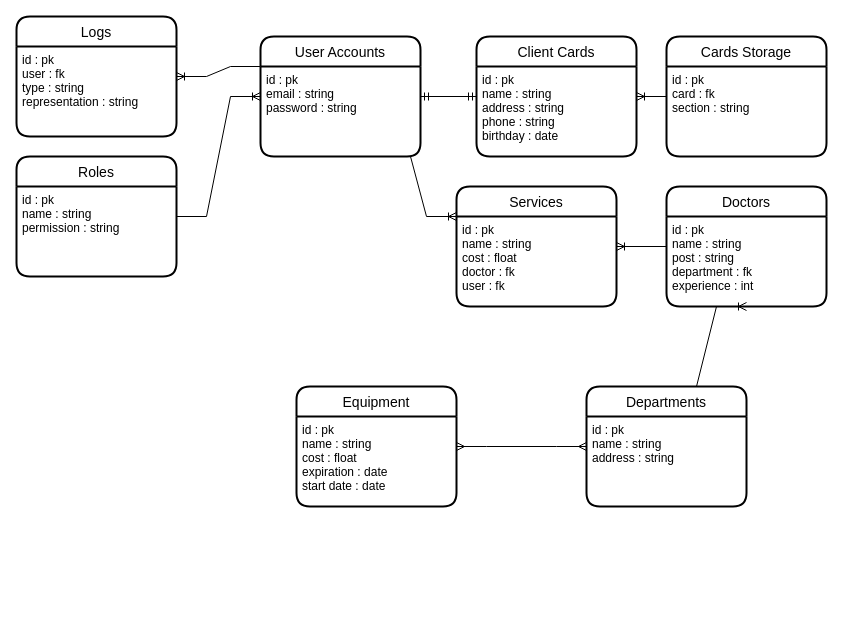
Above: db_scheme.drawio in Tim-Abozny/DbManagmentSystem (draw.io), before the change. Source tidied: cells renumbered, new cells numbered last; positions are measured from the earlier drawing's top-left corner, leaving out a move shared by most shapes. Both pictures are drawn from the tidied source at 100%, with x=0, y=0 at pixel (16, 16).
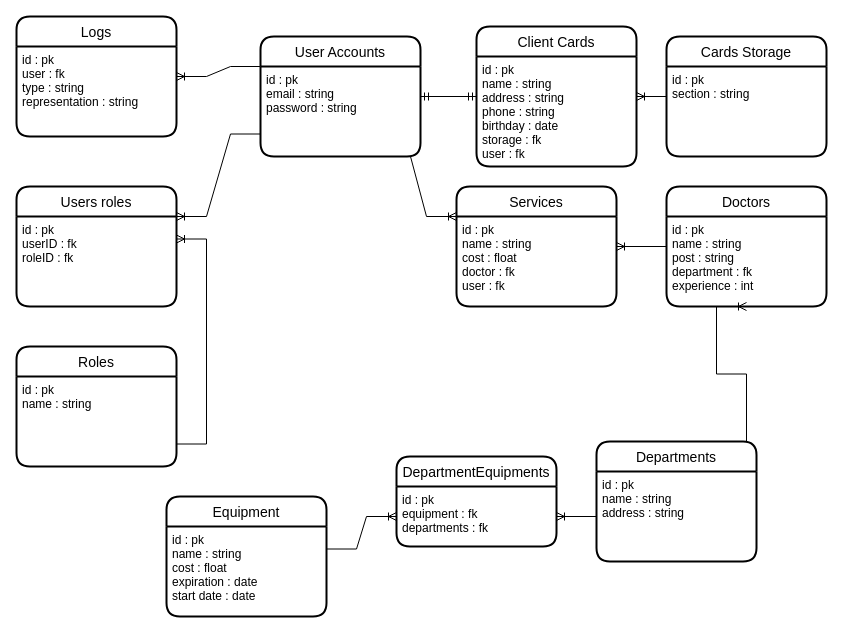
The same diagram, later.

Unchanged cells that the change refers to:
```xml
<mxCell id="3" value="id : pk&#10;name : string&#10;address : string" style="align=left;strokeColor=none;fillColor=none;spacingLeft=4;fontSize=12;verticalAlign=top;" parent="2" vertex="1">
  <mxGeometry y="30" width="160" height="90" as="geometry" />
</mxCell>
<mxCell id="4" value="User Accounts" style="swimlane;horizontal=1;startSize=30;rounded=1;fontSize=14;fontStyle=0;strokeWidth=2;shadow=0;dashed=0;align=center;" parent="1" vertex="1">
  <mxGeometry x="244" y="20" width="160" height="120" as="geometry" />
</mxCell>
<mxCell id="5" value="id : pk&#10;email : string&#10;password : string" style="align=left;strokeColor=none;fillColor=none;spacingLeft=4;fontSize=12;verticalAlign=top;" parent="4" vertex="1">
  <mxGeometry y="30" width="160" height="90" as="geometry" />
</mxCell>
<mxCell id="13" value="id : pk&#10;name : string&#10;cost : float&#10;expiration : date&#10;start date : date" style="align=left;strokeColor=none;fillColor=none;spacingLeft=4;fontSize=12;verticalAlign=top;" parent="12" vertex="1">
  <mxGeometry y="30" width="160" height="90" as="geometry" />
</mxCell>
<mxCell id="17" value="id : pk&#10;name : string&#10;post : string&#10;department : fk&#10;experience : int" style="align=left;strokeColor=none;fillColor=none;spacingLeft=4;fontSize=12;verticalAlign=top;" parent="16" vertex="1">
  <mxGeometry y="30" width="160" height="90" as="geometry" />
</mxCell>
<mxCell id="18" value="Cards Storage" style="swimlane;horizontal=1;startSize=30;rounded=1;fontSize=14;fontStyle=0;strokeWidth=2;shadow=0;dashed=0;align=center;" parent="1" vertex="1">
  <mxGeometry x="650" y="20" width="160" height="120" as="geometry" />
</mxCell>
```

What changed in the source:
```diff
@@
     <mxCell id="2" value="Departments" style="swimlane;horizontal=1;startSize=30;rounded=1;fontSize=14;fontStyle=0;strokeWidth=2;shadow=0;dashed=0;align=center;" parent="1" vertex="1">
-      <mxGeometry x="570" y="370" width="160" height="120" as="geometry" />
+      <mxGeometry x="580" y="425" width="160" height="120" as="geometry" />
     </mxCell>
@@
     <mxCell id="6" value="Roles" style="swimlane;horizontal=1;startSize=30;rounded=1;fontSize=14;fontStyle=0;strokeWidth=2;shadow=0;dashed=0;align=center;" parent="1" vertex="1">
-      <mxGeometry y="140" width="160" height="120" as="geometry" />
+      <mxGeometry y="330" width="160" height="120" as="geometry" />
     </mxCell>
-    <mxCell id="7" value="id : pk&#10;name : string&#10;permission : string" style="align=left;strokeColor=none;fillColor=none;spacingLeft=4;fontSize=12;verticalAlign=top;" parent="6" vertex="1">
+    <mxCell id="7" value="id : pk&#10;name : string&#10;" style="align=left;strokeColor=none;fillColor=none;spacingLeft=4;fontSize=12;verticalAlign=top;" parent="6" vertex="1">
       <mxGeometry y="30" width="160" height="90" as="geometry" />
     </mxCell>
@@
     <mxCell id="12" value="Equipment" style="swimlane;horizontal=1;startSize=30;rounded=1;fontSize=14;fontStyle=0;strokeWidth=2;shadow=0;dashed=0;align=center;" parent="1" vertex="1">
-      <mxGeometry x="280" y="370" width="160" height="120" as="geometry" />
+      <mxGeometry x="150" y="480" width="160" height="120" as="geometry" />
     </mxCell>
@@
     <mxCell id="14" value="Client Cards" style="swimlane;horizontal=1;startSize=30;rounded=1;fontSize=14;fontStyle=0;strokeWidth=2;shadow=0;dashed=0;align=center;" parent="1" vertex="1">
-      <mxGeometry x="460" y="20" width="160" height="120" as="geometry" />
+      <mxGeometry x="460" y="10" width="160" height="140" as="geometry" />
     </mxCell>
-    <mxCell id="15" value="id : pk&#10;name : string&#10;address : string&#10;phone : string&#10;birthday : date" style="align=left;strokeColor=none;fillColor=none;spacingLeft=4;fontSize=12;verticalAlign=top;" parent="14" vertex="1">
-      <mxGeometry y="30" width="160" height="90" as="geometry" />
+    <mxCell id="15" value="id : pk&#10;name : string&#10;address : string&#10;phone : string&#10;birthday : date&#10;storage : fk&#10;user : fk" style="align=left;strokeColor=none;fillColor=none;spacingLeft=4;fontSize=12;verticalAlign=top;" parent="14" vertex="1">
+      <mxGeometry y="30" width="160" height="110" as="geometry" />
     </mxCell>
@@
-    <mxCell id="19" value="id : pk&#10;card : fk&#10;section : string" style="align=left;strokeColor=none;fillColor=none;spacingLeft=4;fontSize=12;verticalAlign=top;" parent="18" vertex="1">
+    <mxCell id="19" value="id : pk&#10;section : string" style="align=left;strokeColor=none;fillColor=none;spacingLeft=4;fontSize=12;verticalAlign=top;" parent="18" vertex="1">
       <mxGeometry y="30" width="160" height="90" as="geometry" />
     </mxCell>
@@
-    <mxCell id="23" style="edgeStyle=entityRelationEdgeStyle;fontSize=12;html=1;endArrow=ERmany;startArrow=ERmany;rounded=0;" parent="1" edge="1" source="2" target="12">
-      <mxGeometry relative="1" as="geometry" />
-    </mxCell>
-    <mxCell id="24" style="edgeStyle=entityRelationEdgeStyle;fontSize=12;html=1;endArrow=ERoneToMany;rounded=0;" parent="1" edge="1" source="6" target="4">
-      <mxGeometry relative="1" as="geometry" />
-    </mxCell>
@@
-    <mxCell id="27" style="edgeStyle=entityRelationEdgeStyle;fontSize=12;html=1;endArrow=ERoneToMany;rounded=0;entryX=0.5;entryY=1;entryDx=0;entryDy=0;exitX=0.5;exitY=0;exitDx=0;exitDy=0;" parent="1" edge="1" source="2" target="17">
+    <mxCell id="27" style="edgeStyle=entityRelationEdgeStyle;fontSize=12;html=1;endArrow=ERoneToMany;rounded=0;exitX=0.75;exitY=0;exitDx=0;exitDy=0;entryX=0.5;entryY=1;entryDx=0;entryDy=0;" parent="1" edge="1" source="2" target="17">
       <mxGeometry relative="1" as="geometry" />
     </mxCell>
+    <mxCell id="28" value="Users roles" style="swimlane;horizontal=1;startSize=30;rounded=1;fontSize=14;fontStyle=0;strokeWidth=2;shadow=0;dashed=0;align=center;" parent="1" vertex="1">
+      <mxGeometry y="170" width="160" height="120" as="geometry" />
+    </mxCell>
+    <mxCell id="29" value="id : pk&#10;userID : fk&#10;roleID : fk" style="align=left;strokeColor=none;fillColor=none;spacingLeft=4;fontSize=12;verticalAlign=top;" parent="28" vertex="1">
+      <mxGeometry y="30" width="160" height="90" as="geometry" />
+    </mxCell>
+    <mxCell id="30" style="edgeStyle=entityRelationEdgeStyle;fontSize=12;html=1;endArrow=ERoneToMany;rounded=0;exitX=1;exitY=0.75;exitDx=0;exitDy=0;entryX=1;entryY=0.25;entryDx=0;entryDy=0;" parent="1" edge="1" source="7" target="29">
+      <mxGeometry relative="1" as="geometry" />
+    </mxCell>
+    <mxCell id="24" style="edgeStyle=entityRelationEdgeStyle;fontSize=12;html=1;endArrow=ERoneToMany;rounded=0;exitX=0;exitY=0.75;exitDx=0;exitDy=0;entryX=1;entryY=0;entryDx=0;entryDy=0;" parent="1" edge="1" source="5" target="29">
+      <mxGeometry relative="1" as="geometry" />
+    </mxCell>
+    <mxCell id="31" value="DepartmentEquipments" style="swimlane;horizontal=1;startSize=30;rounded=1;fontSize=14;fontStyle=0;strokeWidth=2;shadow=0;dashed=0;align=center;" parent="1" vertex="1">
+      <mxGeometry x="380" y="440" width="160" height="90" as="geometry" />
+    </mxCell>
+    <mxCell id="32" value="id : pk&#10;equipment : fk&#10;departments : fk" style="align=left;strokeColor=none;fillColor=none;spacingLeft=4;fontSize=12;verticalAlign=top;" parent="31" vertex="1">
+      <mxGeometry y="30" width="160" height="60" as="geometry" />
+    </mxCell>
+    <mxCell id="33" style="edgeStyle=entityRelationEdgeStyle;fontSize=12;html=1;endArrow=ERoneToMany;rounded=0;exitX=0;exitY=0.5;exitDx=0;exitDy=0;entryX=1;entryY=0.5;entryDx=0;entryDy=0;" parent="1" edge="1" source="3" target="32">
+      <mxGeometry relative="1" as="geometry" />
+    </mxCell>
+    <mxCell id="34" style="edgeStyle=entityRelationEdgeStyle;fontSize=12;html=1;endArrow=ERoneToMany;rounded=0;entryX=0;entryY=0.5;entryDx=0;entryDy=0;exitX=1;exitY=0.25;exitDx=0;exitDy=0;" parent="1" edge="1" source="13" target="32">
+      <mxGeometry relative="1" as="geometry" />
+    </mxCell>
```
